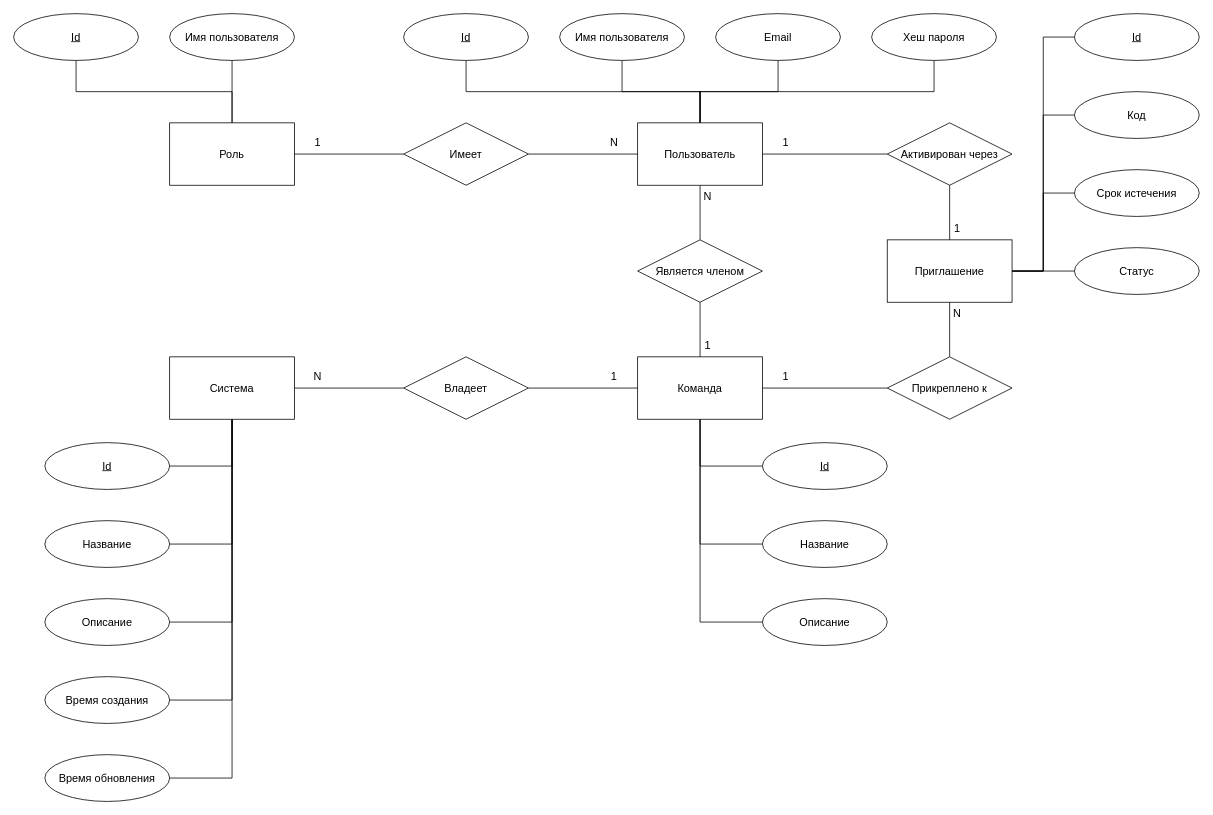
Earlier version of the draw.io diagram page "relational" (2 of 2) of report/img/er.drawio (n0kkster/iu7-db-6sem-cw). Source tidied: cells renumbered, new cells numbered last; positions are measured from the earlier drawing's top-left corner, leaving out a move shared by most shapes. Both pictures are drawn from the tidied source at 78%, with x=0, y=0 at pixel (13, 13).
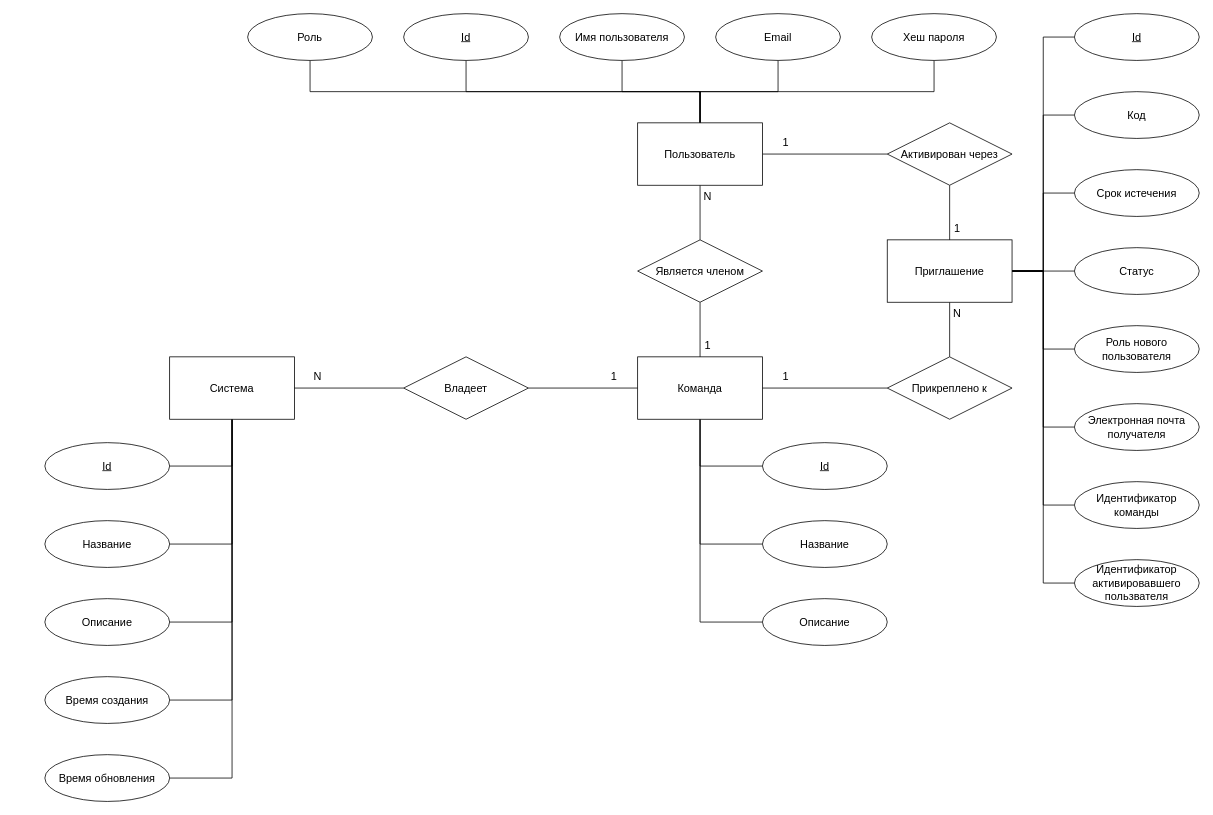
After the change.

Unchanged cells that the change refers to:
```xml
<mxCell id="8" value="&lt;span style=&quot;font-size: 14px;&quot;&gt;Пользователь&lt;/span&gt;" style="rounded=0;whiteSpace=wrap;html=1;" parent="1" vertex="1">
  <mxGeometry x="800" y="140" width="160" height="80" as="geometry" />
</mxCell>
<mxCell id="28" value="&lt;span style=&quot;font-size: 14px;&quot;&gt;Приглашение&lt;/span&gt;" style="rounded=0;whiteSpace=wrap;html=1;" parent="1" vertex="1">
  <mxGeometry x="1120" y="290" width="160" height="80" as="geometry" />
</mxCell>
```

Change to the diagram source:
```diff
@@
+    <mxCell id="68" style="edgeStyle=orthogonalEdgeStyle;rounded=0;jettySize=auto;html=1;endArrow=none;startFill=0;" parent="1" edge="1" source="8" target="15">
+      <mxGeometry relative="1" as="geometry">
+        <Array as="points">
+          <mxPoint x="880" y="100" />
+          <mxPoint x="380" y="100" />
+        </Array>
+      </mxGeometry>
+    </mxCell>
@@
-    <mxCell id="13" style="edgeStyle=orthogonalEdgeStyle;shape=connector;rounded=0;jettySize=auto;html=1;strokeColor=default;align=center;verticalAlign=middle;fontFamily=Helvetica;fontSize=11;fontColor=default;labelBackgroundColor=default;endArrow=none;endFill=0;" parent="1" edge="1" source="15" target="17">
-      <mxGeometry relative="1" as="geometry" />
-    </mxCell>
-    <mxCell id="14" style="edgeStyle=orthogonalEdgeStyle;shape=connector;rounded=0;jettySize=auto;html=1;strokeColor=default;align=center;verticalAlign=middle;fontFamily=Helvetica;fontSize=11;fontColor=default;labelBackgroundColor=default;endArrow=none;endFill=0;" parent="1" edge="1" source="15" target="16">
-      <mxGeometry relative="1" as="geometry">
-        <Array as="points">
-          <mxPoint x="280" y="100" />
-          <mxPoint x="80" y="100" />
-        </Array>
-      </mxGeometry>
-    </mxCell>
-    <mxCell id="15" value="&lt;span style=&quot;font-size: 14px;&quot;&gt;Роль&lt;/span&gt;" style="rounded=0;whiteSpace=wrap;html=1;" parent="1" vertex="1">
-      <mxGeometry x="200" y="140" width="160" height="80" as="geometry" />
-    </mxCell>
-    <mxCell id="16" value="&lt;font style=&quot;font-size: 14px;&quot;&gt;&lt;u&gt;Id&lt;/u&gt;&lt;/font&gt;" style="ellipse;whiteSpace=wrap;html=1;fontFamily=Helvetica;fontSize=11;fontColor=default;labelBackgroundColor=default;" parent="1" vertex="1">
-      <mxGeometry width="160" height="60" as="geometry" />
-    </mxCell>
-    <mxCell id="17" value="&lt;span style=&quot;font-size: 14px;&quot;&gt;Имя пользователя&lt;/span&gt;" style="ellipse;whiteSpace=wrap;html=1;fontFamily=Helvetica;fontSize=11;fontColor=default;labelBackgroundColor=default;" parent="1" vertex="1">
-      <mxGeometry x="200" width="160" height="60" as="geometry" />
-    </mxCell>
-    <mxCell id="18" style="edgeStyle=orthogonalEdgeStyle;shape=connector;rounded=0;jettySize=auto;html=1;strokeColor=default;align=center;verticalAlign=middle;fontFamily=Helvetica;fontSize=11;fontColor=default;labelBackgroundColor=default;endArrow=none;endFill=0;" parent="1" edge="1" source="20" target="15">
-      <mxGeometry relative="1" as="geometry" />
-    </mxCell>
-    <mxCell id="19" style="edgeStyle=orthogonalEdgeStyle;shape=connector;rounded=0;jettySize=auto;html=1;strokeColor=default;align=center;verticalAlign=middle;fontFamily=Helvetica;fontSize=11;fontColor=default;labelBackgroundColor=default;endArrow=none;endFill=0;" parent="1" edge="1" source="20" target="8">
-      <mxGeometry relative="1" as="geometry" />
-    </mxCell>
-    <mxCell id="20" value="&lt;font style=&quot;font-size: 14px;&quot;&gt;Имеет&lt;/font&gt;" style="rhombus;whiteSpace=wrap;html=1;" parent="1" vertex="1">
-      <mxGeometry x="500" y="140" width="160" height="80" as="geometry" />
-    </mxCell>
-    <mxCell id="21" value="&lt;font style=&quot;font-size: 14px;&quot;&gt;1&lt;/font&gt;" style="text;html=1;whiteSpace=wrap;strokeColor=none;fillColor=none;align=center;verticalAlign=middle;rounded=0;fontFamily=Helvetica;fontSize=11;fontColor=default;labelBackgroundColor=default;" parent="1" vertex="1">
-      <mxGeometry x="360" y="150" width="60" height="30" as="geometry" />
-    </mxCell>
-    <mxCell id="22" value="&lt;font style=&quot;font-size: 14px;&quot;&gt;N&lt;/font&gt;" style="text;html=1;whiteSpace=wrap;strokeColor=none;fillColor=none;align=center;verticalAlign=middle;rounded=0;fontFamily=Helvetica;fontSize=11;fontColor=default;labelBackgroundColor=default;" parent="1" vertex="1">
-      <mxGeometry x="740" y="150" width="60" height="30" as="geometry" />
-    </mxCell>
@@
+    <mxCell id="69" style="edgeStyle=orthogonalEdgeStyle;rounded=0;jettySize=auto;html=1;endArrow=none;startFill=0;" parent="1" edge="1" source="28" target="76">
+      <mxGeometry relative="1" as="geometry">
+        <Array as="points">
+          <mxPoint x="1320" y="330" />
+          <mxPoint x="1320" y="730" />
+        </Array>
+      </mxGeometry>
+    </mxCell>
+    <mxCell id="70" style="edgeStyle=orthogonalEdgeStyle;rounded=0;jettySize=auto;html=1;endArrow=none;startFill=0;" parent="1" edge="1" source="28" target="75">
+      <mxGeometry relative="1" as="geometry">
+        <Array as="points">
+          <mxPoint x="1320" y="330" />
+          <mxPoint x="1320" y="630" />
+        </Array>
+      </mxGeometry>
+    </mxCell>
+    <mxCell id="71" style="edgeStyle=orthogonalEdgeStyle;rounded=0;jettySize=auto;html=1;endArrow=none;startFill=0;" parent="1" edge="1" source="28" target="74">
+      <mxGeometry relative="1" as="geometry">
+        <Array as="points">
+          <mxPoint x="1320" y="330" />
+          <mxPoint x="1320" y="530" />
+        </Array>
+      </mxGeometry>
+    </mxCell>
+    <mxCell id="72" style="edgeStyle=orthogonalEdgeStyle;rounded=0;jettySize=auto;html=1;endArrow=none;startFill=0;" parent="1" edge="1" source="28" target="73">
+      <mxGeometry relative="1" as="geometry">
+        <Array as="points">
+          <mxPoint x="1320" y="330" />
+          <mxPoint x="1320" y="430" />
+        </Array>
+      </mxGeometry>
+    </mxCell>
@@
+    <mxCell id="73" value="&lt;span style=&quot;font-size: 14px;&quot;&gt;Роль нового пользователя&lt;/span&gt;" style="ellipse;whiteSpace=wrap;html=1;fontFamily=Helvetica;fontSize=11;fontColor=default;labelBackgroundColor=none;" parent="1" vertex="1">
+      <mxGeometry x="1360" y="400" width="160" height="60" as="geometry" />
+    </mxCell>
+    <mxCell id="74" value="&lt;span style=&quot;font-size: 14px;&quot;&gt;Электронная почта получателя&lt;/span&gt;" style="ellipse;whiteSpace=wrap;html=1;fontFamily=Helvetica;fontSize=11;fontColor=default;labelBackgroundColor=none;" parent="1" vertex="1">
+      <mxGeometry x="1360" y="500" width="160" height="60" as="geometry" />
+    </mxCell>
+    <mxCell id="75" value="&lt;span style=&quot;font-size: 14px;&quot;&gt;Идентификатор команды&lt;/span&gt;" style="ellipse;whiteSpace=wrap;html=1;fontFamily=Helvetica;fontSize=11;fontColor=default;labelBackgroundColor=none;" parent="1" vertex="1">
+      <mxGeometry x="1360" y="600" width="160" height="60" as="geometry" />
+    </mxCell>
+    <mxCell id="76" value="&lt;span style=&quot;font-size: 14px;&quot;&gt;Идентификатор активировавшего пользвателя&lt;/span&gt;" style="ellipse;whiteSpace=wrap;html=1;fontFamily=Helvetica;fontSize=11;fontColor=default;labelBackgroundColor=none;" parent="1" vertex="1">
+      <mxGeometry x="1360" y="700" width="160" height="60" as="geometry" />
+    </mxCell>
+    <mxCell id="15" value="&lt;span style=&quot;font-size: 14px;&quot;&gt;Роль&lt;/span&gt;" style="ellipse;whiteSpace=wrap;html=1;fontFamily=Helvetica;fontSize=11;fontColor=default;labelBackgroundColor=default;" parent="1" vertex="1">
+      <mxGeometry x="300" width="160" height="60" as="geometry" />
+    </mxCell>
```
